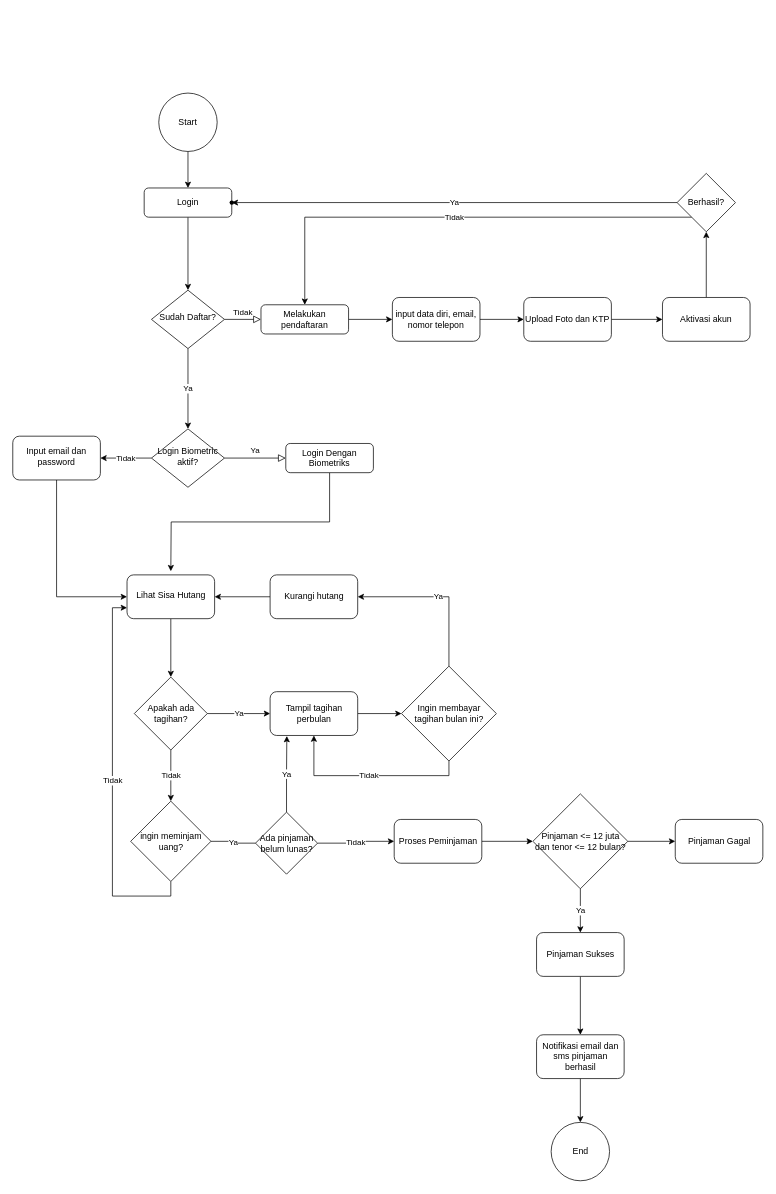
This is FlowChart XYZ.drawio from derryansyah/xyzlendingmobileapps, a draw.io file, before an edit. Source tidied: cells renumbered, new cells numbered last; positions are measured from the earlier drawing's top-left corner, leaving out a move shared by most shapes. Both pictures are drawn from the tidied source at 73%, with x=0, y=0 at pixel (12, 93).
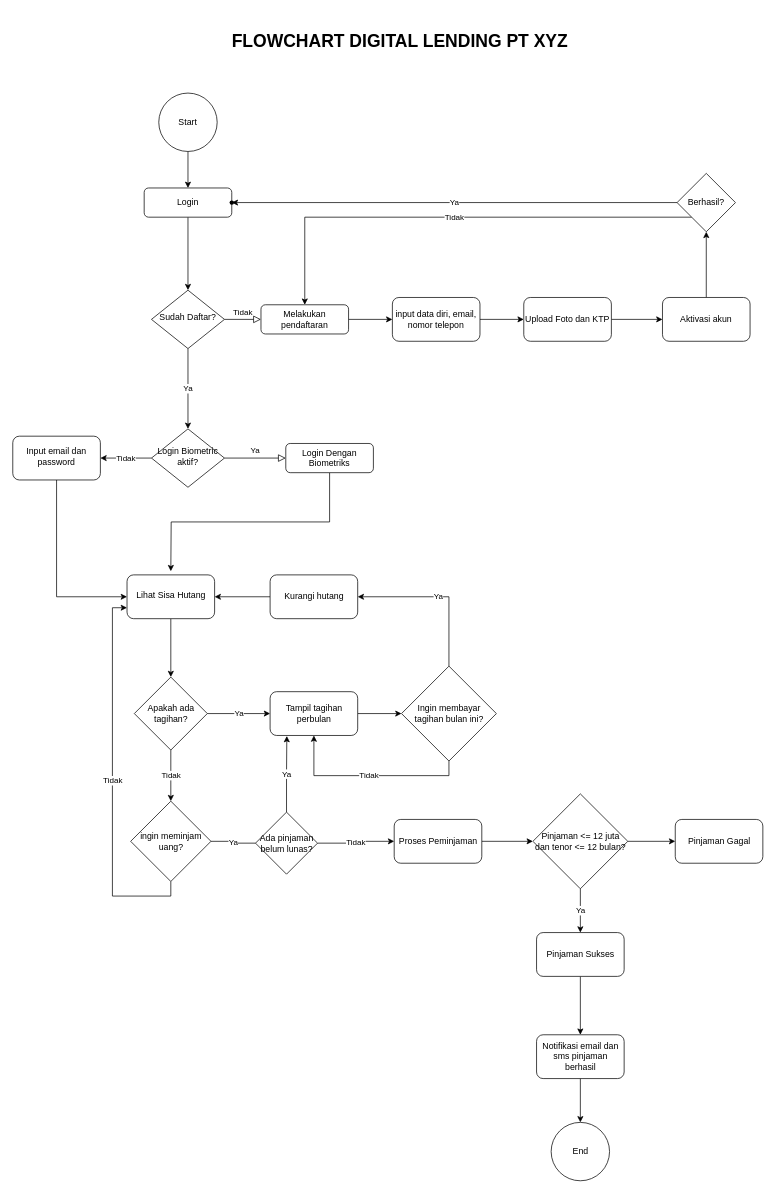
The same page after the edit.

The edit, as a diff of the source:
```diff
@@
+    <mxCell id="57" value="&lt;h1&gt;&lt;b&gt;FLOWCHART DIGITAL LENDING PT XYZ&lt;/b&gt;&lt;/h1&gt;" style="text;html=1;align=center;verticalAlign=middle;strokeColor=none;fillColor=none;" parent="1" vertex="1">
+      <mxGeometry x="260" y="-110" width="540" height="80" as="geometry" />
+    </mxCell>
```
